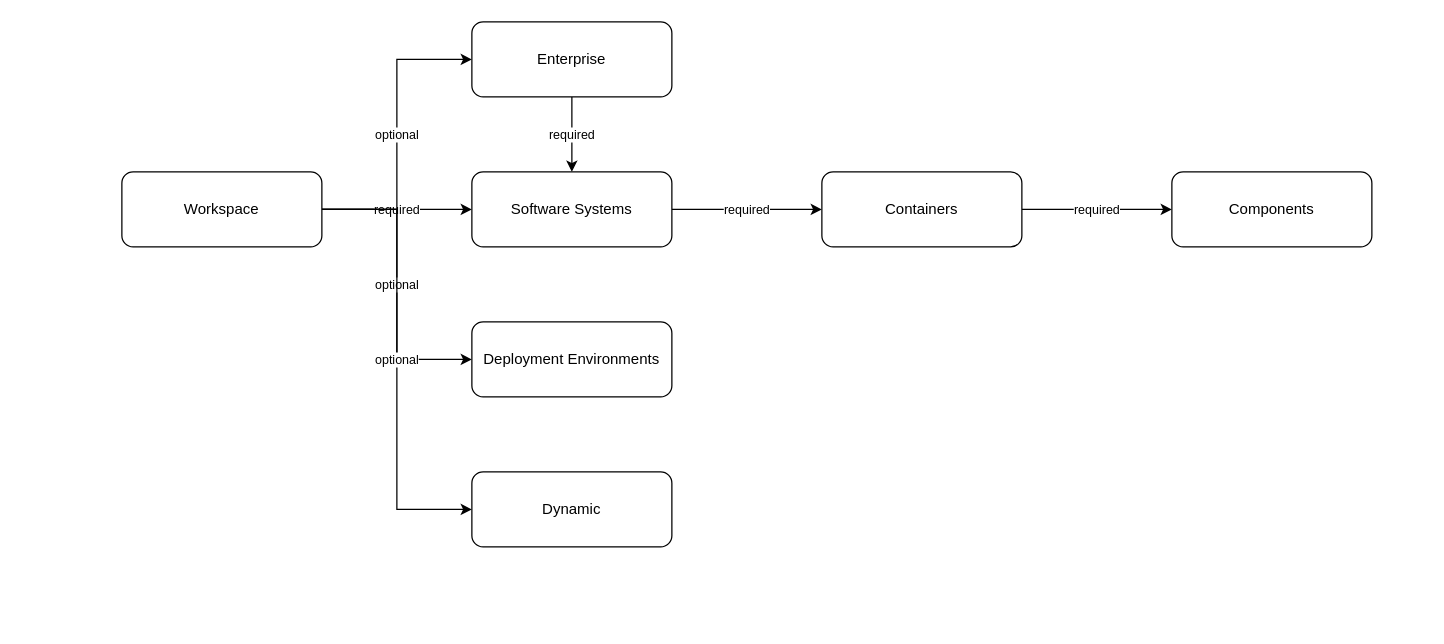
This is page "elements hierarchy" (2 of 3) of docs/architecture.drawio from JustMeGaaRa/reverse-architecture-web, a draw.io file, before an edit. Source tidied: cells renumbered, new cells numbered last; positions are measured from the earlier drawing's top-left corner, leaving out a move shared by most shapes. Both pictures are drawn from the tidied source at 125%, with x=0, y=0 at pixel (121, 21).
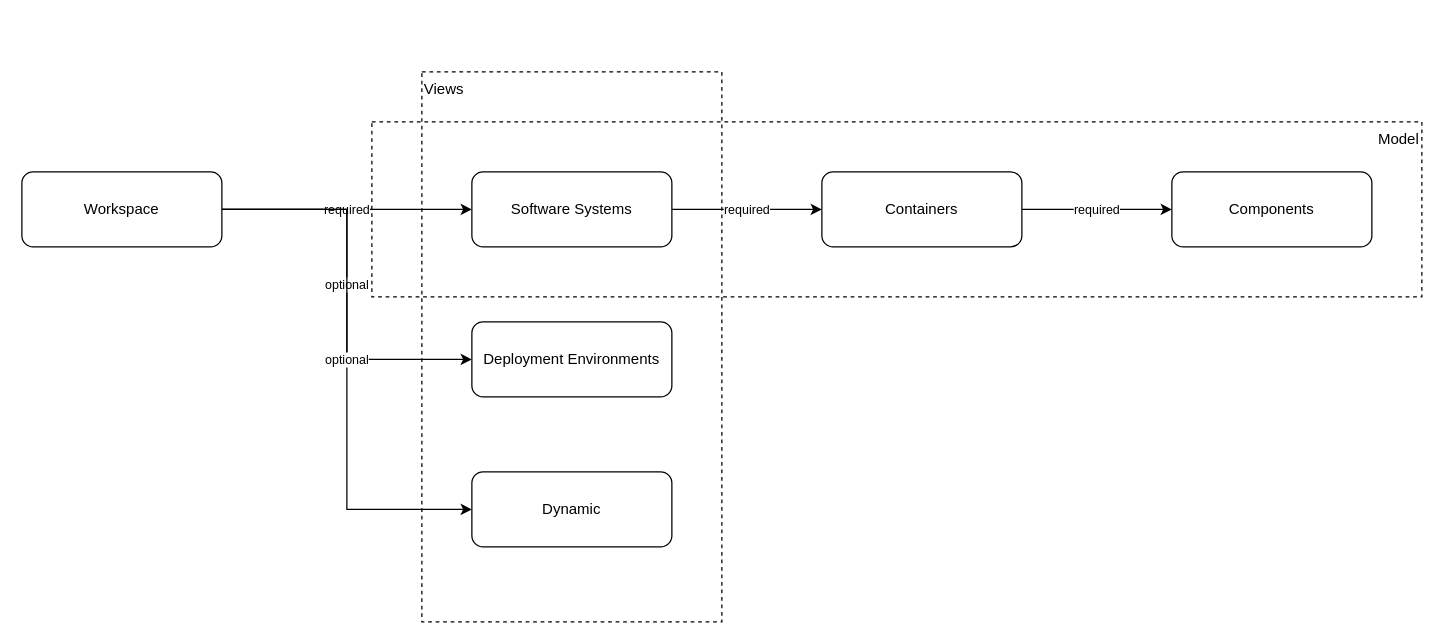
The same page after the edit.

What changed in the source:
```diff
@@
 <mxGraphModel>
   <root>
     <mxCell id="0" />
     <mxCell id="1" parent="0" />
+    <mxCell id="16" value="Model" style="rounded=0;whiteSpace=wrap;html=1;dashed=1;fillColor=none;verticalAlign=top;align=right;" parent="1" vertex="1">
+      <mxGeometry x="200" y="80" width="840" height="140" as="geometry" />
+    </mxCell>
+    <mxCell id="17" value="Views" style="rounded=0;whiteSpace=wrap;html=1;dashed=1;fillColor=none;verticalAlign=top;align=left;" parent="1" vertex="1">
+      <mxGeometry x="240" y="40" width="240" height="440" as="geometry" />
+    </mxCell>
     <mxCell id="2" value="required" style="edgeStyle=orthogonalEdgeStyle;rounded=0;jettySize=auto;html=1;fontSize=10;entryX=0;entryY=0.5;entryDx=0;entryDy=0;" parent="1" edge="1" source="6" target="8">
       <mxGeometry relative="1" as="geometry" />
     </mxCell>
     <mxCell id="3" value="optional" style="edgeStyle=orthogonalEdgeStyle;rounded=0;jettySize=auto;html=1;fontSize=10;entryX=0;entryY=0.5;entryDx=0;entryDy=0;" parent="1" edge="1" source="6" target="12">
       <mxGeometry relative="1" as="geometry" />
     </mxCell>
-    <mxCell id="4" value="optional" style="edgeStyle=orthogonalEdgeStyle;rounded=0;jettySize=auto;html=1;fontSize=10;entryX=0;entryY=0.5;entryDx=0;entryDy=0;" parent="1" edge="1" source="6" target="13">
-      <mxGeometry relative="1" as="geometry" />
-    </mxCell>
     <mxCell id="5" value="optional" style="edgeStyle=orthogonalEdgeStyle;rounded=0;jettySize=auto;html=1;fontSize=10;entryX=0;entryY=0.5;entryDx=0;entryDy=0;" parent="1" edge="1" source="6" target="15">
       <mxGeometry relative="1" as="geometry" />
     </mxCell>
     <mxCell id="6" value="Workspace" style="rounded=1;whiteSpace=wrap;html=1;" parent="1" vertex="1">
-      <mxGeometry y="120" width="160" height="60" as="geometry" />
+      <mxGeometry x="-80" y="120" width="160" height="60" as="geometry" />
     </mxCell>
     <mxCell id="7" value="required" style="edgeStyle=orthogonalEdgeStyle;rounded=0;jettySize=auto;html=1;fontSize=10;" parent="1" edge="1" source="8" target="10">
       <mxGeometry relative="1" as="geometry" />
     </mxCell>
     <mxCell id="8" value="Software Systems" style="rounded=1;whiteSpace=wrap;html=1;" parent="1" vertex="1">
       <mxGeometry x="280" y="120" width="160" height="60" as="geometry" />
     </mxCell>
     <mxCell id="9" value="required" style="edgeStyle=orthogonalEdgeStyle;rounded=0;jettySize=auto;html=1;fontSize=10;" parent="1" edge="1" source="10" target="11">
       <mxGeometry relative="1" as="geometry" />
     </mxCell>
     <mxCell id="10" value="Containers" style="rounded=1;whiteSpace=wrap;html=1;" parent="1" vertex="1">
       <mxGeometry x="560" y="120" width="160" height="60" as="geometry" />
     </mxCell>
     <mxCell id="11" value="Components" style="rounded=1;whiteSpace=wrap;html=1;" parent="1" vertex="1">
       <mxGeometry x="840" y="120" width="160" height="60" as="geometry" />
     </mxCell>
     <mxCell id="12" value="Deployment Environments" style="rounded=1;whiteSpace=wrap;html=1;" parent="1" vertex="1">
       <mxGeometry x="280" y="240" width="160" height="60" as="geometry" />
     </mxCell>
-    <mxCell id="13" value="Enterprise" style="rounded=1;whiteSpace=wrap;html=1;" parent="1" vertex="1">
-      <mxGeometry x="280" width="160" height="60" as="geometry" />
-    </mxCell>
-    <mxCell id="14" value="required" style="edgeStyle=orthogonalEdgeStyle;rounded=0;jettySize=auto;html=1;fontSize=10;" parent="1" edge="1" source="13" target="8">
-      <mxGeometry relative="1" as="geometry" />
-    </mxCell>
     <mxCell id="15" value="Dynamic" style="rounded=1;whiteSpace=wrap;html=1;" parent="1" vertex="1">
       <mxGeometry x="280" y="360" width="160" height="60" as="geometry" />
     </mxCell>
   </root>
 </mxGraphModel>
```
